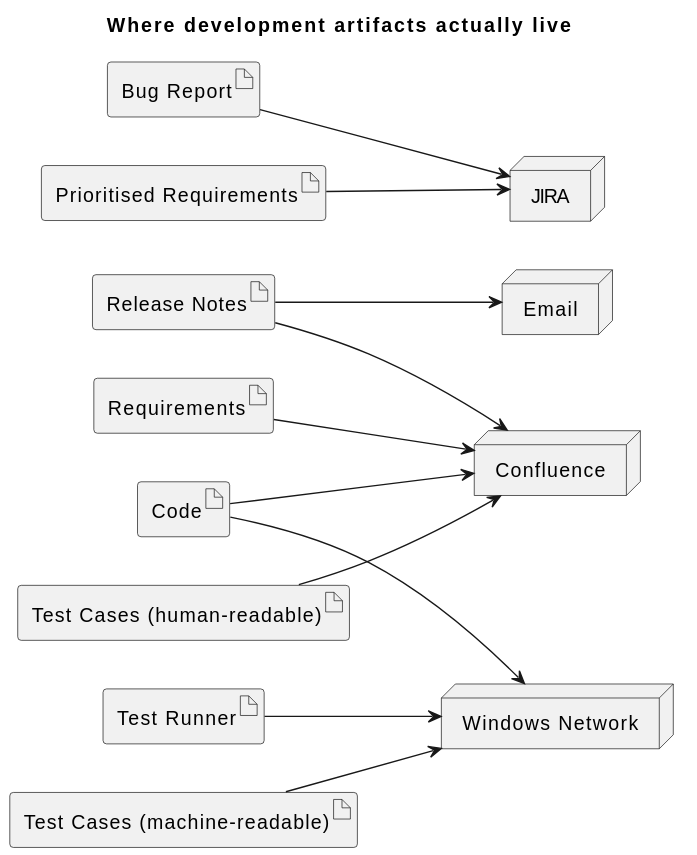
This is where_development_artifacts_actually_live.svg from owen-kellie-smith/how-software-actually-got-built, a PlantUML export, as it was before one commit.
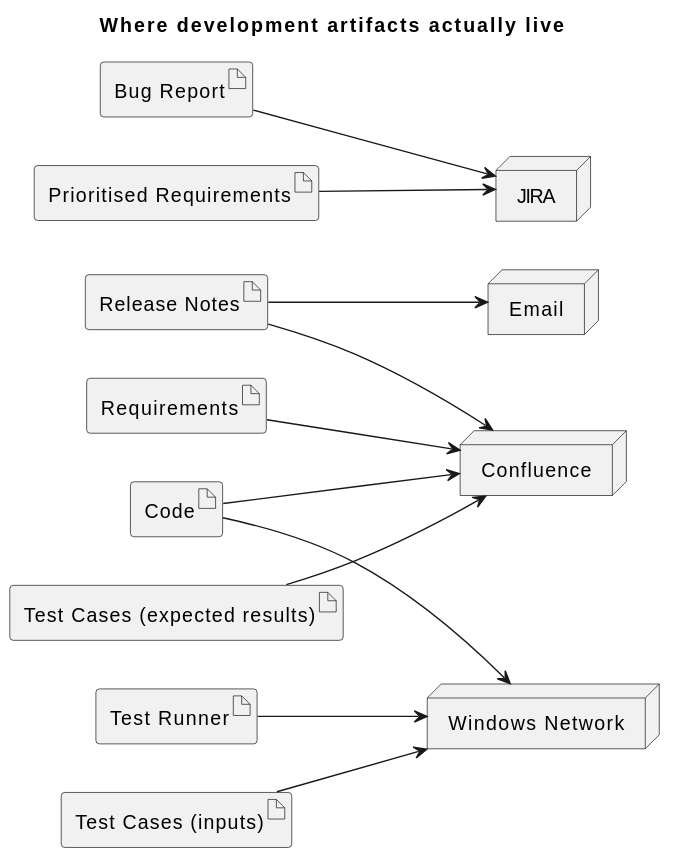
Above is the later version.

What changed in the source:
```diff
@@ -9,8 +9,8 @@
 artifact Requirements
 artifact "Prioritised Requirements" as PR
 together{
-artifact "Test Cases (human-readable)" as TCH
-artifact "Test Cases (machine-readable)" as TCM
+artifact "Test Cases (expected results)" as TCH
+artifact "Test Cases (inputs)" as TCM
 artifact "Test Runner" as TR
 }
 artifact "Release Notes" as RN
```
